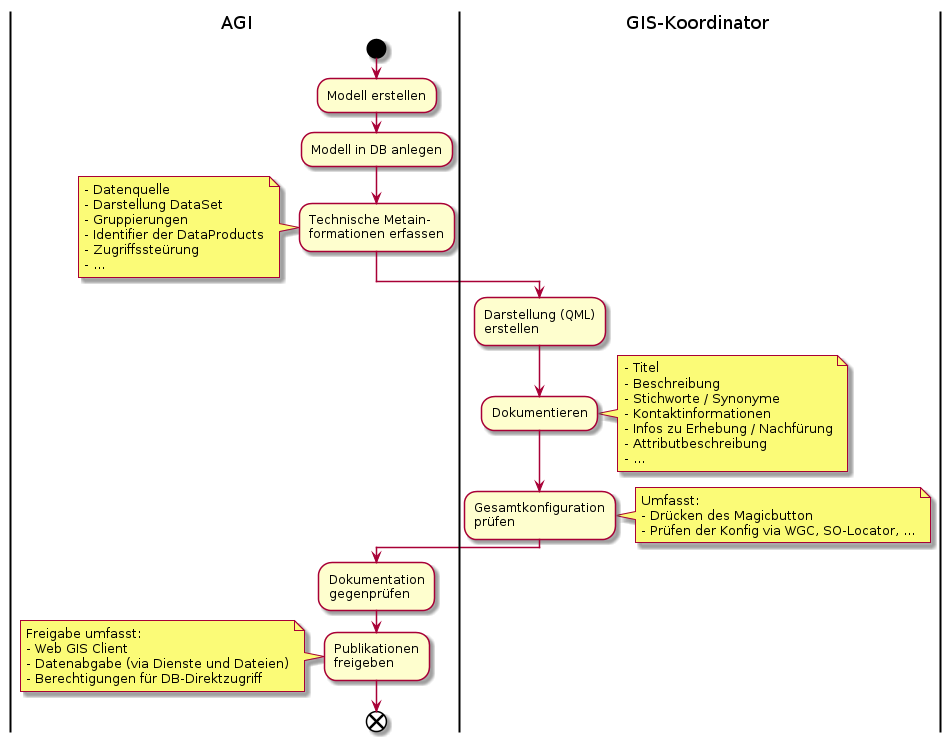
Earlier version of the PlantUML export puml_output/ablauf_neu.png (simi-so/mm).
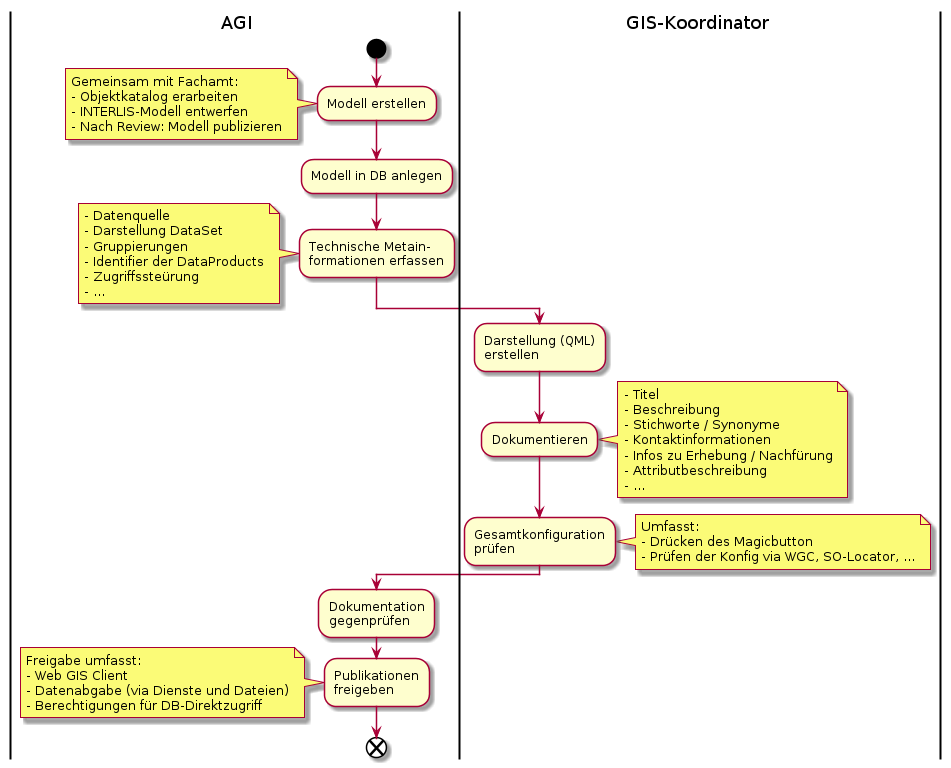
Above is the later version.

Commit message:
Skript: PUML-Diagramme regeneriert und beigefügt

What changed in the source:
```diff
@@ -3,6 +3,13 @@
 start
 
 :Modell erstellen;
+
+note left
+Gemeinsam mit Fachamt:
+- Objektkatalog erarbeiten
+- INTERLIS-Modell entwerfen
+- Nach Review: Modell publizieren
+end note
 
 :Modell in DB anlegen;
 
```
